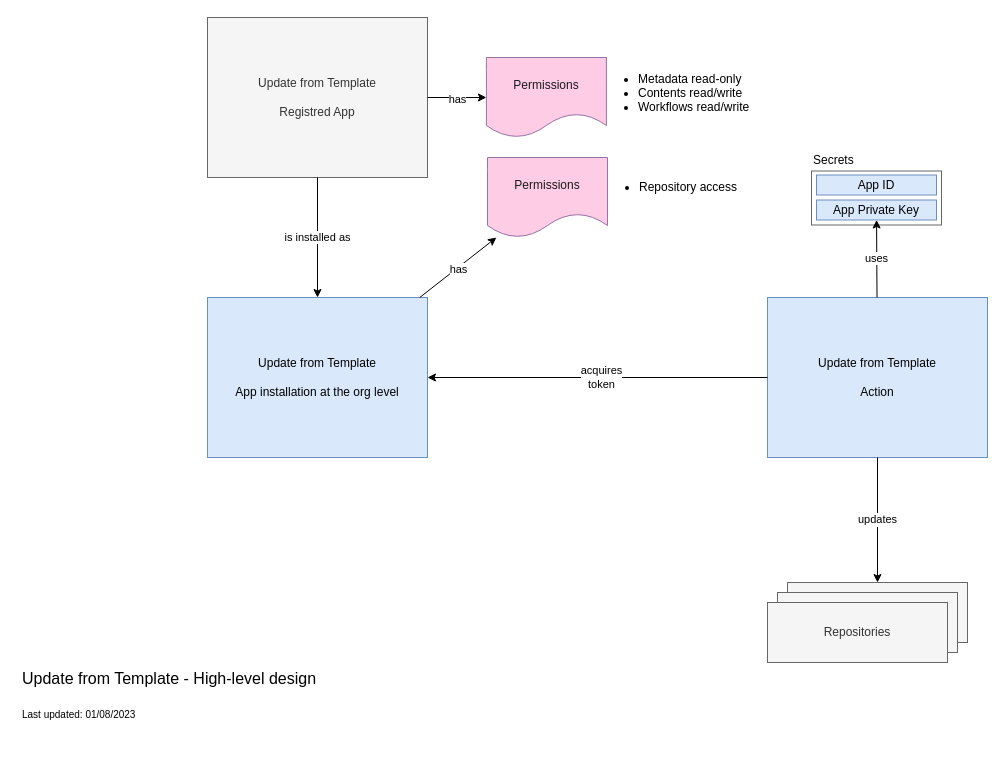
This is docs/diagrams/Update_from_Template.drawio from nhs-england-tools/update-from-template-app, a draw.io file, before an edit. Source tidied: cells renumbered, new cells numbered last; positions are measured from the earlier drawing's top-left corner, leaving out a move shared by most shapes. Both pictures are drawn from the tidied source at 100%, with x=0, y=0 at pixel (17, 17).
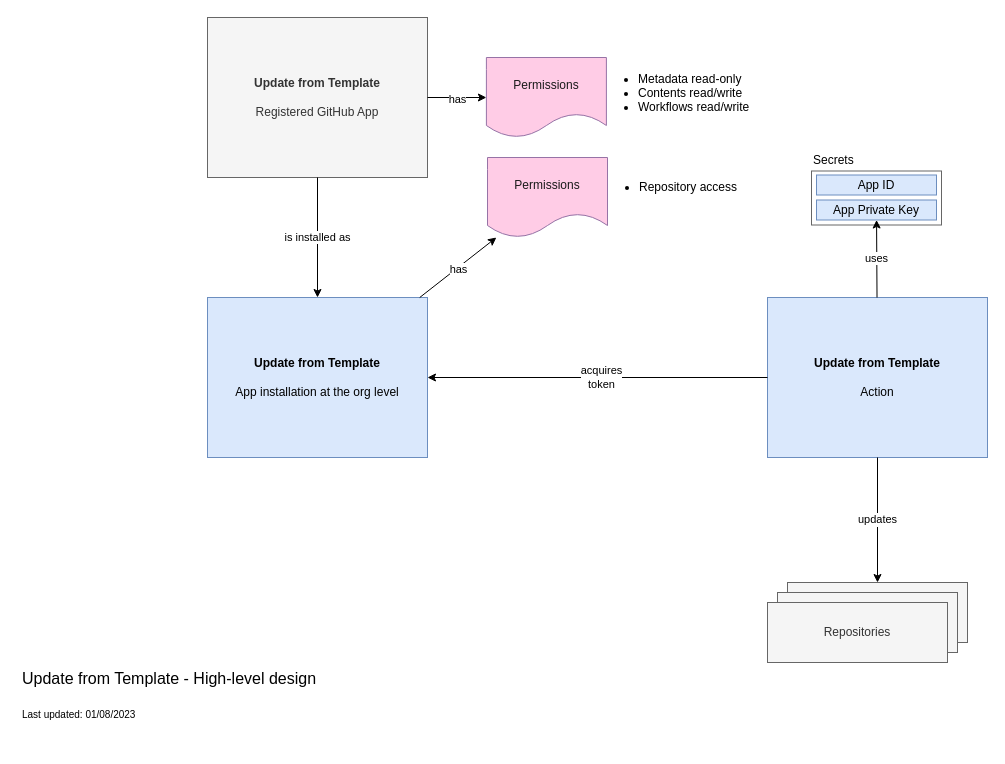
Above is the later version.

Diff of the diagram source:
```diff
@@
-    <mxCell id="3" value="Update from Template&lt;br&gt;&lt;br&gt;Registred App" style="rounded=0;whiteSpace=wrap;html=1;fillColor=#f5f5f5;strokeColor=#666666;fontColor=#333333;" parent="1" vertex="1">
+    <mxCell id="3" value="&lt;b&gt;Update from Template&lt;/b&gt;&lt;br&gt;&lt;br&gt;Registered GitHub App" style="rounded=0;whiteSpace=wrap;html=1;fillColor=#f5f5f5;strokeColor=#666666;fontColor=#333333;" parent="1" vertex="1">
       <mxGeometry x="190" width="220" height="160" as="geometry" />
     </mxCell>
@@
-    <mxCell id="5" value="Update from Template&lt;br&gt;&lt;br&gt;App installation at the org level" style="rounded=0;whiteSpace=wrap;html=1;fillColor=#dae8fc;strokeColor=#6c8ebf;" parent="1" vertex="1">
+    <mxCell id="5" value="&lt;b&gt;Update from Template&lt;/b&gt;&lt;br&gt;&lt;br&gt;App installation at the org level" style="rounded=0;whiteSpace=wrap;html=1;fillColor=#dae8fc;strokeColor=#6c8ebf;" parent="1" vertex="1">
       <mxGeometry x="190" y="280" width="220" height="160" as="geometry" />
     </mxCell>
-    <mxCell id="6" value="Update from Template&lt;br&gt;&lt;br&gt;Action" style="rounded=0;whiteSpace=wrap;html=1;fillColor=#dae8fc;strokeColor=#6c8ebf;" parent="1" vertex="1">
+    <mxCell id="6" value="&lt;b&gt;Update from Template&lt;/b&gt;&lt;br&gt;&lt;br&gt;Action" style="rounded=0;whiteSpace=wrap;html=1;fillColor=#dae8fc;strokeColor=#6c8ebf;" parent="1" vertex="1">
       <mxGeometry x="750" y="280" width="220" height="160" as="geometry" />
     </mxCell>
```
